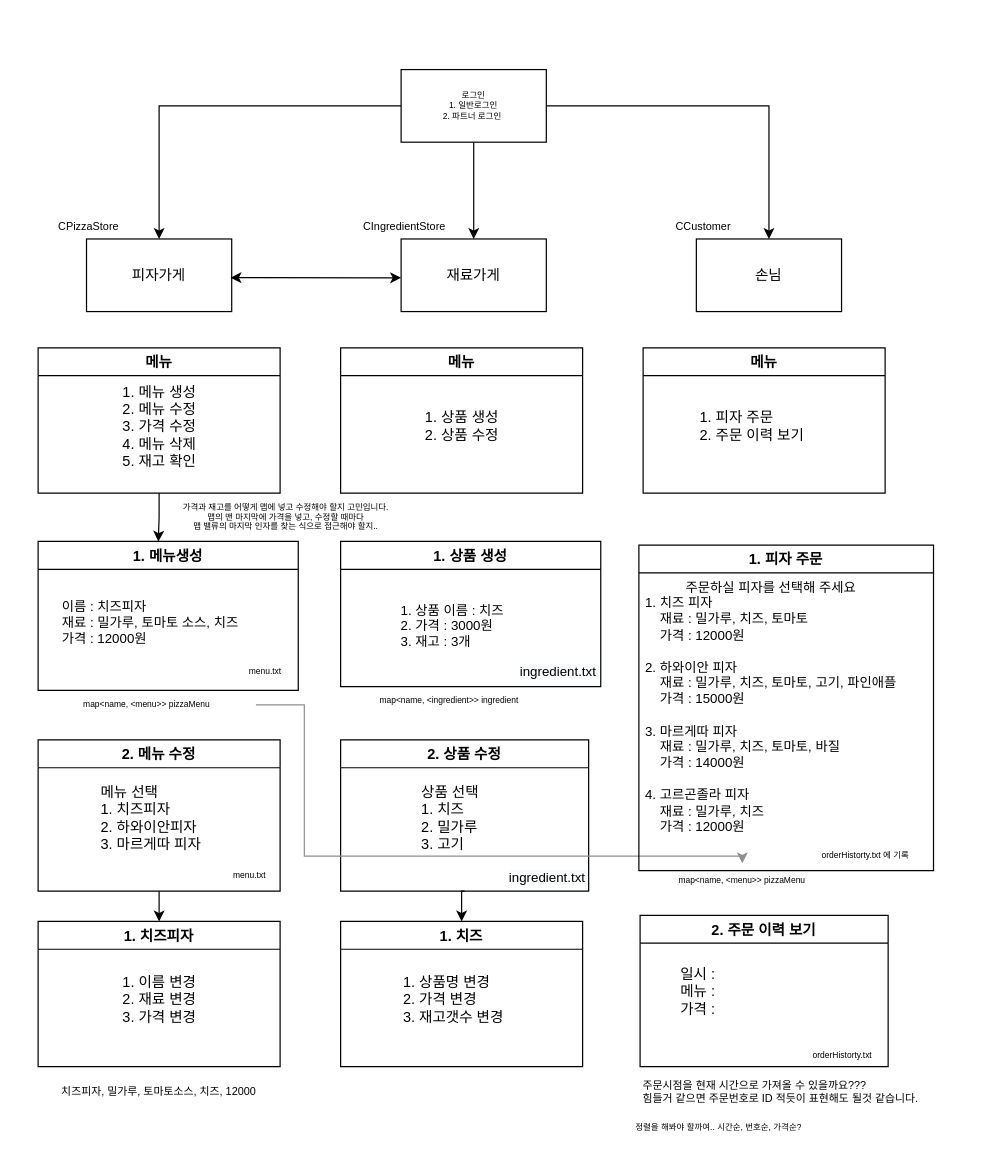
Earlier version of the draw.io diagram Untitled Diagram.drawio (TaeYunAhn/EmailService). Source tidied: cells renumbered, new cells numbered last; positions are measured from the earlier drawing's top-left corner, leaving out a move shared by most shapes. Both pictures are drawn from the tidied source at 121%, with x=0, y=0 at pixel (21, 69).
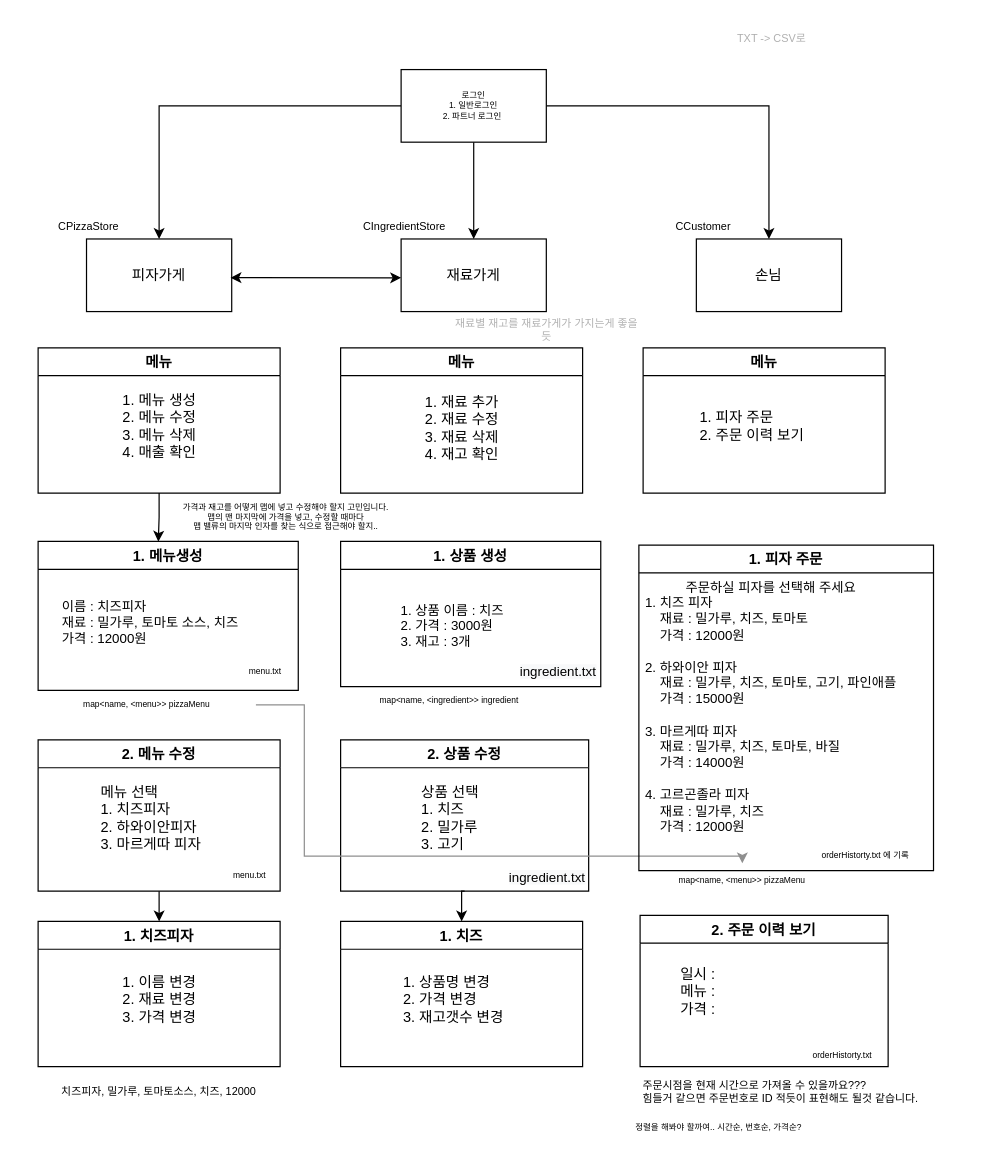
The same diagram, later.

The change refers to these unchanged cells:
```xml
<mxCell id="7" value="메뉴" style="swimlane;" parent="1" vertex="1">
  <mxGeometry x="14" y="230" width="200" height="120" as="geometry" />
</mxCell>
<mxCell id="9" value="메뉴" style="swimlane;" parent="1" vertex="1">
  <mxGeometry x="264" y="230" width="200" height="120" as="geometry" />
</mxCell>
```

Change to the diagram source:
```diff
@@
-    <mxCell id="8" value="1. 메뉴 생성&lt;br&gt;2. 메뉴 수정&lt;br&gt;3. 가격 수정&lt;br&gt;4. 메뉴 삭제&lt;br&gt;5. 재고 확인" style="text;html=1;align=center;verticalAlign=middle;strokeColor=none;fillColor=none;" parent="7" vertex="1">
-      <mxGeometry x="60" y="25" width="80" height="80" as="geometry" />
+    <mxCell id="8" value="1. 메뉴 생성&lt;br&gt;2. 메뉴 수정&lt;br&gt;3. 메뉴 삭제&lt;br&gt;4. 매출 확인" style="text;html=1;align=center;verticalAlign=middle;strokeColor=none;fillColor=none;" parent="7" vertex="1">
+      <mxGeometry x="60" y="35" width="80" height="60" as="geometry" />
     </mxCell>
@@
-    <mxCell id="10" value="1. 상품 생성&lt;br&gt;2. 상품 수정" style="text;html=1;align=center;verticalAlign=middle;strokeColor=none;fillColor=none;" parent="9" vertex="1">
-      <mxGeometry x="60" y="50" width="80" height="30" as="geometry" />
-    </mxCell>
@@
+    <mxCell id="10" value="1. 재료 추가&lt;br&gt;2. 재료 수정&lt;br&gt;3. 재료 삭제&lt;br&gt;4. 재고 확인" style="text;html=1;align=center;verticalAlign=middle;strokeColor=none;fillColor=none;" parent="1" vertex="1">
+      <mxGeometry x="324" y="266" width="80" height="60" as="geometry" />
+    </mxCell>
+    <mxCell id="52" value="TXT -&amp;gt; CSV로" style="text;html=1;strokeColor=none;fillColor=none;align=center;verticalAlign=middle;whiteSpace=wrap;rounded=0;fontSize=9;fontColor=#B0B0B0;" parent="1" vertex="1">
+      <mxGeometry x="565.5" y="-40" width="108.5" height="30" as="geometry" />
+    </mxCell>
+    <mxCell id="53" value="재료별 재고를 재료가게가 가지는게 좋을듯" style="text;html=1;strokeColor=none;fillColor=none;align=center;verticalAlign=middle;whiteSpace=wrap;rounded=0;fontSize=9;fontColor=#B0B0B0;" parent="1" vertex="1">
+      <mxGeometry x="356.5" y="200" width="155" height="30" as="geometry" />
+    </mxCell>
```
